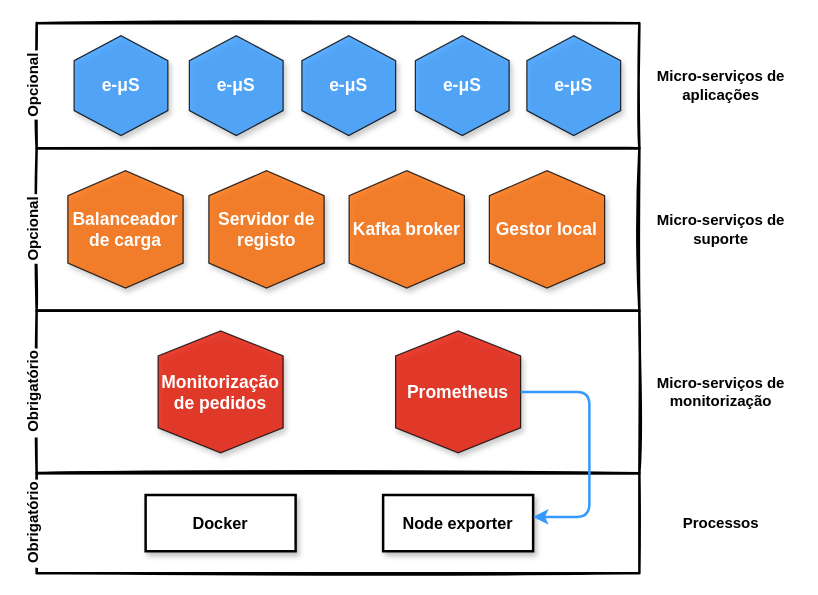
danielfct/master-thesis keeps this draw.io diagram as node.drawio. Above is the earlier version. Source tidied: cells renumbered, new cells numbered last; positions are measured from the earlier drawing's top-left corner, leaving out a move shared by most shapes. Both pictures are drawn from the tidied source at 125%, with x=0, y=0 at pixel (-11, 22).
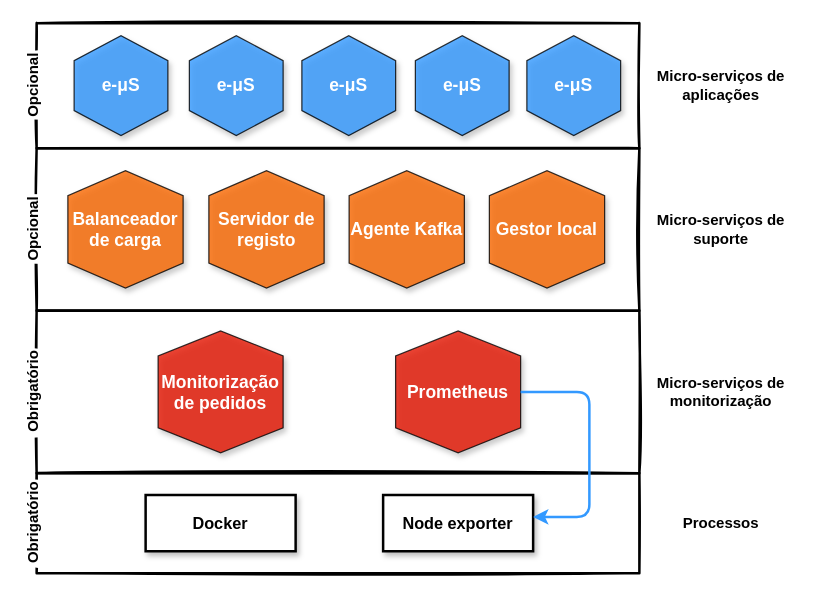
Above is the later version.

The edit, as a diff of the source:
```diff
@@
-    <mxCell id="12" value="&lt;b style=&quot;color: rgb(255 , 255 , 255) ; font-family: &amp;#34;arial&amp;#34; , sans-serif ; font-size: 14px ; text-align: left&quot;&gt;Kafka broker&lt;/b&gt;" style="shape=hexagon;perimeter=hexagonPerimeter2;whiteSpace=wrap;html=1;fixedSize=1;shadow=1;sketch=0;strokeWidth=1;direction=south;fillColor=#fa6800;fontColor=#ffffff;opacity=80;" parent="1" vertex="1">
+    <mxCell id="12" value="&lt;b style=&quot;color: rgb(255 , 255 , 255) ; font-family: &amp;#34;arial&amp;#34; , sans-serif ; font-size: 14px ; text-align: left&quot;&gt;Agente Kafka&lt;/b&gt;" style="shape=hexagon;perimeter=hexagonPerimeter2;whiteSpace=wrap;html=1;fixedSize=1;shadow=1;sketch=0;strokeWidth=1;direction=south;fillColor=#fa6800;fontColor=#ffffff;opacity=80;" parent="1" vertex="1">
       <mxGeometry x="287.8" y="118.1" width="92.2" height="93.8" as="geometry" />
     </mxCell>
```
